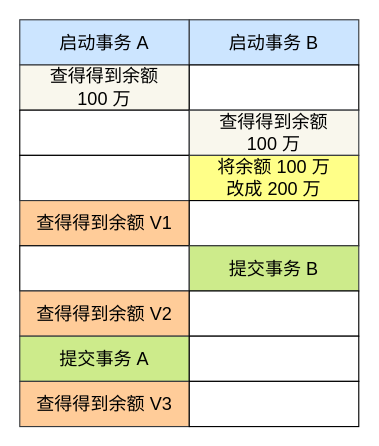
Earlier version of the draw.io diagram mysql/事务隔离/事务顺序行为.drawio (xiaolincoder/ImageHost4). Source tidied: cells renumbered, new cells numbered last; positions are measured from the earlier drawing's top-left corner, leaving out a move shared by most shapes. Both pictures are drawn from the tidied source at 113%, with x=0, y=0 at pixel (19, 19).
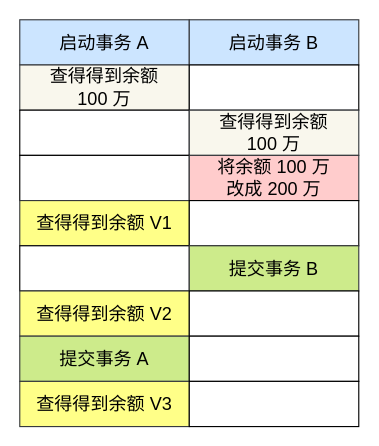
After the change.

Commit message (it also covers changes not shown here):
更新事务顺序行为.drawio

Change to the diagram source:
```diff
@@
 <mxGraphModel>
   <root>
     <mxCell id="0" />
     <mxCell id="1" parent="0" />
     <mxCell id="2" value="启动事务 A" style="rounded=0;whiteSpace=wrap;html=1;fontSize=16;fillColor=#cce5ff;strokeColor=#36393d;" parent="1" vertex="1">
       <mxGeometry width="150" height="40" as="geometry" />
     </mxCell>
     <mxCell id="3" value="查得得到余额 &lt;br&gt;100 万" style="rounded=0;whiteSpace=wrap;html=1;fontSize=16;fillColor=#f9f7ed;strokeColor=#36393d;" parent="1" vertex="1">
       <mxGeometry y="40" width="150" height="40" as="geometry" />
     </mxCell>
     <mxCell id="4" value="启动事务 B" style="rounded=0;whiteSpace=wrap;html=1;fontSize=16;fillColor=#cce5ff;strokeColor=#36393d;" parent="1" vertex="1">
       <mxGeometry x="150" width="150" height="40" as="geometry" />
     </mxCell>
     <mxCell id="5" style="rounded=0;whiteSpace=wrap;html=1;fontSize=16;" parent="1" vertex="1">
       <mxGeometry x="150" y="40" width="150" height="40" as="geometry" />
     </mxCell>
     <mxCell id="6" style="rounded=0;whiteSpace=wrap;html=1;fontSize=16;" parent="1" vertex="1">
       <mxGeometry y="80" width="150" height="40" as="geometry" />
     </mxCell>
     <mxCell id="7" value="查得得到余额&lt;br&gt;100 万" style="rounded=0;whiteSpace=wrap;html=1;fontSize=16;fillColor=#f9f7ed;strokeColor=#36393d;" parent="1" vertex="1">
       <mxGeometry x="150" y="80" width="150" height="40" as="geometry" />
     </mxCell>
     <mxCell id="8" style="rounded=0;whiteSpace=wrap;html=1;fontSize=16;" parent="1" vertex="1">
       <mxGeometry y="120" width="150" height="40" as="geometry" />
     </mxCell>
-    <mxCell id="9" value="将余额 100 万&lt;br&gt;改成 200 万" style="rounded=0;whiteSpace=wrap;html=1;fontSize=16;fillColor=#ffff88;strokeColor=#36393d;" parent="1" vertex="1">
+    <mxCell id="9" value="将余额 100 万&lt;br&gt;改成 200 万" style="rounded=0;whiteSpace=wrap;html=1;fontSize=16;fillColor=#ffcccc;strokeColor=#36393d;" parent="1" vertex="1">
       <mxGeometry x="150" y="120" width="150" height="40" as="geometry" />
     </mxCell>
-    <mxCell id="10" value="&lt;span&gt;查得得到余额 V1&lt;/span&gt;" style="rounded=0;whiteSpace=wrap;html=1;fontSize=16;fillColor=#ffcc99;strokeColor=#36393d;" parent="1" vertex="1">
+    <mxCell id="10" value="&lt;span&gt;查得得到余额 V1&lt;/span&gt;" style="rounded=0;whiteSpace=wrap;html=1;fontSize=16;fillColor=#ffff88;strokeColor=#36393d;" parent="1" vertex="1">
       <mxGeometry y="160" width="150" height="40" as="geometry" />
     </mxCell>
     <mxCell id="11" style="rounded=0;whiteSpace=wrap;html=1;fontSize=16;" parent="1" vertex="1">
       <mxGeometry x="150" y="160" width="150" height="40" as="geometry" />
     </mxCell>
     <mxCell id="12" style="rounded=0;whiteSpace=wrap;html=1;fontSize=16;" parent="1" vertex="1">
       <mxGeometry y="200" width="150" height="40" as="geometry" />
     </mxCell>
     <mxCell id="13" value="&lt;span&gt;提交事务 B&lt;/span&gt;" style="rounded=0;whiteSpace=wrap;html=1;fontSize=16;fillColor=#cdeb8b;strokeColor=#36393d;" parent="1" vertex="1">
       <mxGeometry x="150" y="200" width="150" height="40" as="geometry" />
     </mxCell>
-    <mxCell id="14" value="&lt;span&gt;查得得到余额 V2&lt;/span&gt;" style="rounded=0;whiteSpace=wrap;html=1;fontSize=16;fillColor=#ffcc99;strokeColor=#36393d;" parent="1" vertex="1">
+    <mxCell id="14" value="&lt;span&gt;查得得到余额 V2&lt;/span&gt;" style="rounded=0;whiteSpace=wrap;html=1;fontSize=16;fillColor=#ffff88;strokeColor=#36393d;" parent="1" vertex="1">
       <mxGeometry y="240" width="150" height="40" as="geometry" />
     </mxCell>
     <mxCell id="15" style="rounded=0;whiteSpace=wrap;html=1;fontSize=16;" parent="1" vertex="1">
       <mxGeometry x="150" y="240" width="150" height="40" as="geometry" />
     </mxCell>
     <mxCell id="16" value="提交事务 A" style="rounded=0;whiteSpace=wrap;html=1;fontSize=16;fillColor=#cdeb8b;strokeColor=#36393d;" parent="1" vertex="1">
       <mxGeometry y="280" width="150" height="40" as="geometry" />
     </mxCell>
     <mxCell id="17" style="rounded=0;whiteSpace=wrap;html=1;fontSize=16;" parent="1" vertex="1">
       <mxGeometry x="150" y="280" width="150" height="40" as="geometry" />
     </mxCell>
-    <mxCell id="18" value="查得得到余额 V3" style="rounded=0;whiteSpace=wrap;html=1;fontSize=16;fillColor=#ffcc99;strokeColor=#36393d;" parent="1" vertex="1">
+    <mxCell id="18" value="查得得到余额 V3" style="rounded=0;whiteSpace=wrap;html=1;fontSize=16;fillColor=#ffff88;strokeColor=#36393d;" parent="1" vertex="1">
       <mxGeometry y="320" width="150" height="40" as="geometry" />
     </mxCell>
     <mxCell id="19" style="rounded=0;whiteSpace=wrap;html=1;fontSize=16;" parent="1" vertex="1">
       <mxGeometry x="150" y="320" width="150" height="40" as="geometry" />
     </mxCell>
   </root>
 </mxGraphModel>
```
